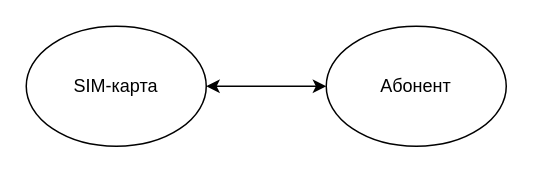
Earlier version of the draw.io diagram page "task-2" (2 of 2) of coursework/graphics/drawio/subscriber-tasks.drawio (markov-avl/DatabaseDevelopmentTechnology). Source tidied: cells renumbered, new cells numbered last; positions are measured from the earlier drawing's top-left corner, leaving out a move shared by most shapes. Both pictures are drawn from the tidied source at 150%, with x=0, y=0 at pixel (26, 26).
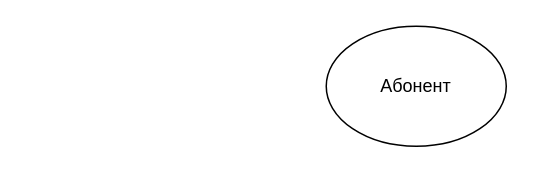
Above is the later version.

What changed in the source:
```diff
@@
 <mxGraphModel>
   <root>
     <mxCell id="0" />
     <mxCell id="1" parent="0" />
-    <mxCell id="2" value="SIM-карта" style="ellipse;whiteSpace=wrap;html=1;" parent="1" vertex="1">
-      <mxGeometry width="120" height="80" as="geometry" />
-    </mxCell>
     <mxCell id="3" value="Абонент" style="ellipse;whiteSpace=wrap;html=1;" parent="1" vertex="1">
       <mxGeometry x="200" width="120" height="80" as="geometry" />
     </mxCell>
-    <mxCell id="4" style="endArrow=classic;startArrow=classic;html=1;rounded=0;" parent="1" edge="1" source="2" target="3">
-      <mxGeometry relative="1" as="geometry" />
-    </mxCell>
   </root>
 </mxGraphModel>
```
